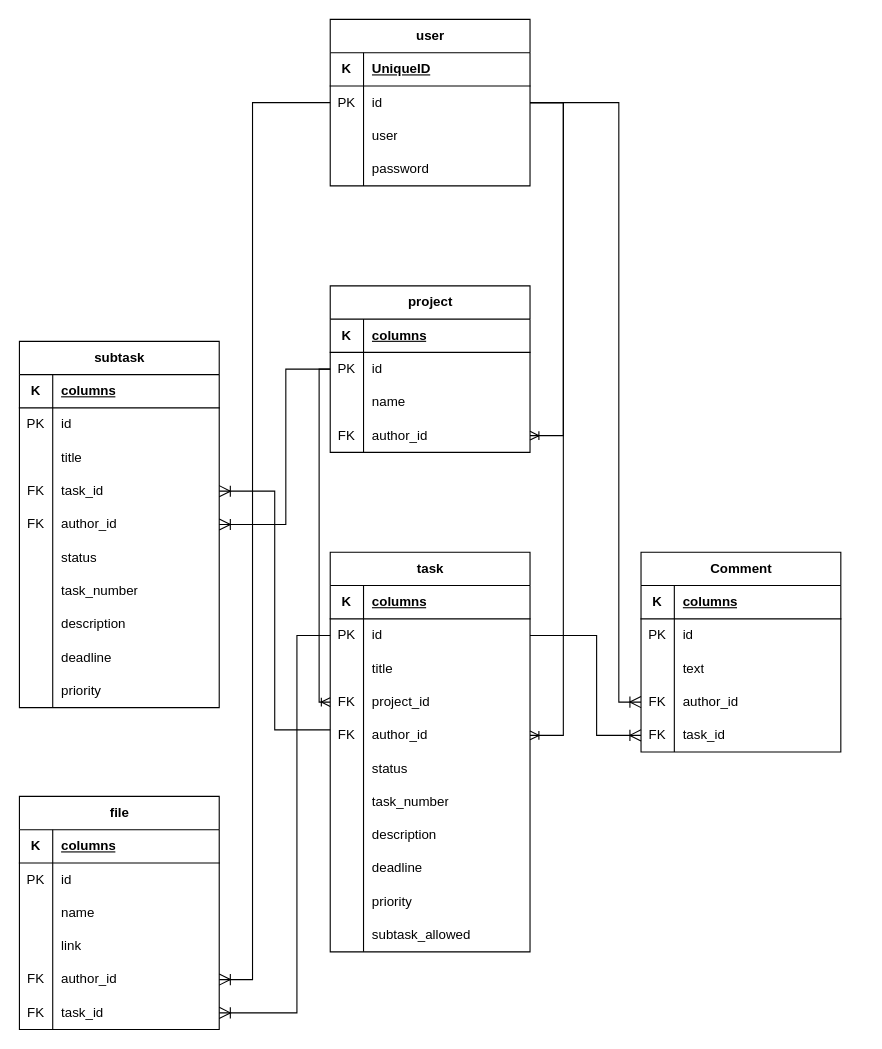
Earlier version of the draw.io diagram frello.drawio (z4ffe/frello). Source tidied: cells renumbered, new cells numbered last; positions are measured from the earlier drawing's top-left corner, leaving out a move shared by most shapes. Both pictures are drawn from the tidied source at 111%, with x=0, y=0 at pixel (19, 19).
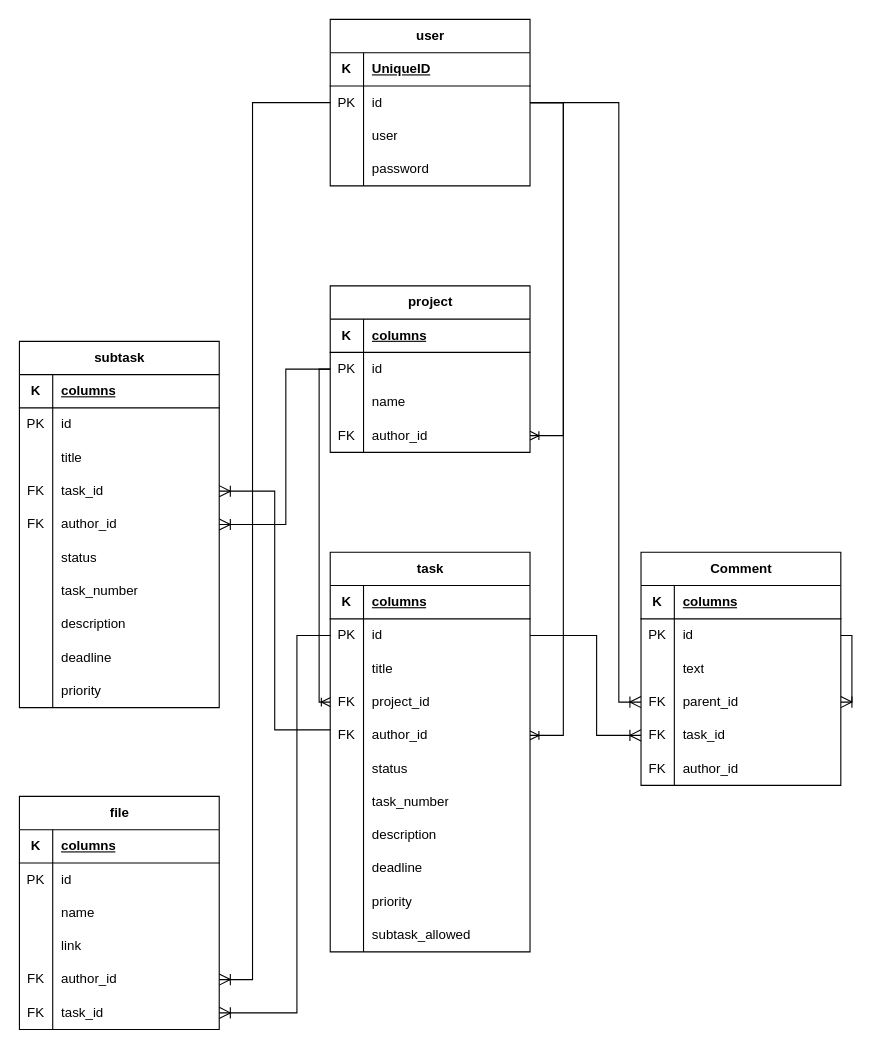
The same diagram, later.

The change refers to these unchanged cells:
```xml
<mxCell id="20" style="shape=tableRow;horizontal=0;startSize=0;swimlaneHead=0;swimlaneBody=0;fillColor=none;points=[[0,0.5],[1,0.5]];portConstraint=eastwest;top=0;left=0;right=0;bottom=0;" parent="16" vertex="1">
  <mxGeometry y="60" width="180" height="30" as="geometry" />
</mxCell>
<mxCell id="26" style="shape=tableRow;horizontal=0;startSize=0;swimlaneHead=0;swimlaneBody=0;fillColor=none;points=[[0,0.5],[1,0.5]];portConstraint=eastwest;top=0;left=0;right=0;bottom=0;" parent="16" vertex="1">
  <mxGeometry y="120" width="180" height="30" as="geometry" />
</mxCell>
```

What changed in the source:
```diff
@@
     <mxCell id="16" value="Comment" style="shape=table;startSize=30;childLayout=tableLayout;rowLines=0;fontStyle=1;align=center;html=1;" parent="1" vertex="1">
-      <mxGeometry x="560" y="480" width="180" height="180" as="geometry" />
+      <mxGeometry x="560" y="480" width="180" height="210" as="geometry" />
     </mxCell>
@@
-    <mxCell id="28" value="author_id" style="shape=partialRectangle;fillColor=none;top=0;left=0;bottom=0;right=0;align=left;spacingLeft=6;overflow=hidden;whiteSpace=wrap;html=1;" parent="26" vertex="1">
+    <mxCell id="28" value="parent_id" style="shape=partialRectangle;fillColor=none;top=0;left=0;bottom=0;right=0;align=left;spacingLeft=6;overflow=hidden;whiteSpace=wrap;html=1;" parent="26" vertex="1">
       <mxGeometry x="30" width="150" height="30" as="geometry" />
     </mxCell>
@@
+    <mxCell id="137" style="shape=tableRow;horizontal=0;startSize=0;swimlaneHead=0;swimlaneBody=0;fillColor=none;top=0;left=0;right=0;bottom=0;" parent="16" vertex="1">
+      <mxGeometry y="180" width="180" height="30" as="geometry" />
+    </mxCell>
+    <mxCell id="138" value="FK" style="shape=partialRectangle;fillColor=none;top=0;left=0;bottom=0;right=0;overflow=hidden;whiteSpace=wrap;html=1;" parent="137" vertex="1">
+      <mxGeometry width="30" height="30" as="geometry" />
+    </mxCell>
+    <mxCell id="139" value="author_id" style="shape=partialRectangle;fillColor=none;top=0;left=0;bottom=0;right=0;align=left;spacingLeft=6;overflow=hidden;whiteSpace=wrap;html=1;" parent="137" vertex="1">
+      <mxGeometry x="30" width="150" height="30" as="geometry" />
+    </mxCell>
+    <mxCell id="140" style="edgeStyle=orthogonalEdgeStyle;fontSize=12;html=1;endArrow=ERoneToMany;rounded=0;startSize=8;endSize=8;entryX=1;entryY=0.5;entryDx=0;entryDy=0;" parent="16" edge="1" source="20" target="26">
+      <mxGeometry relative="1" as="geometry">
+        <Array as="points">
+          <mxPoint x="190" y="75" />
+          <mxPoint x="190" y="135" />
+        </Array>
+      </mxGeometry>
+    </mxCell>
```
